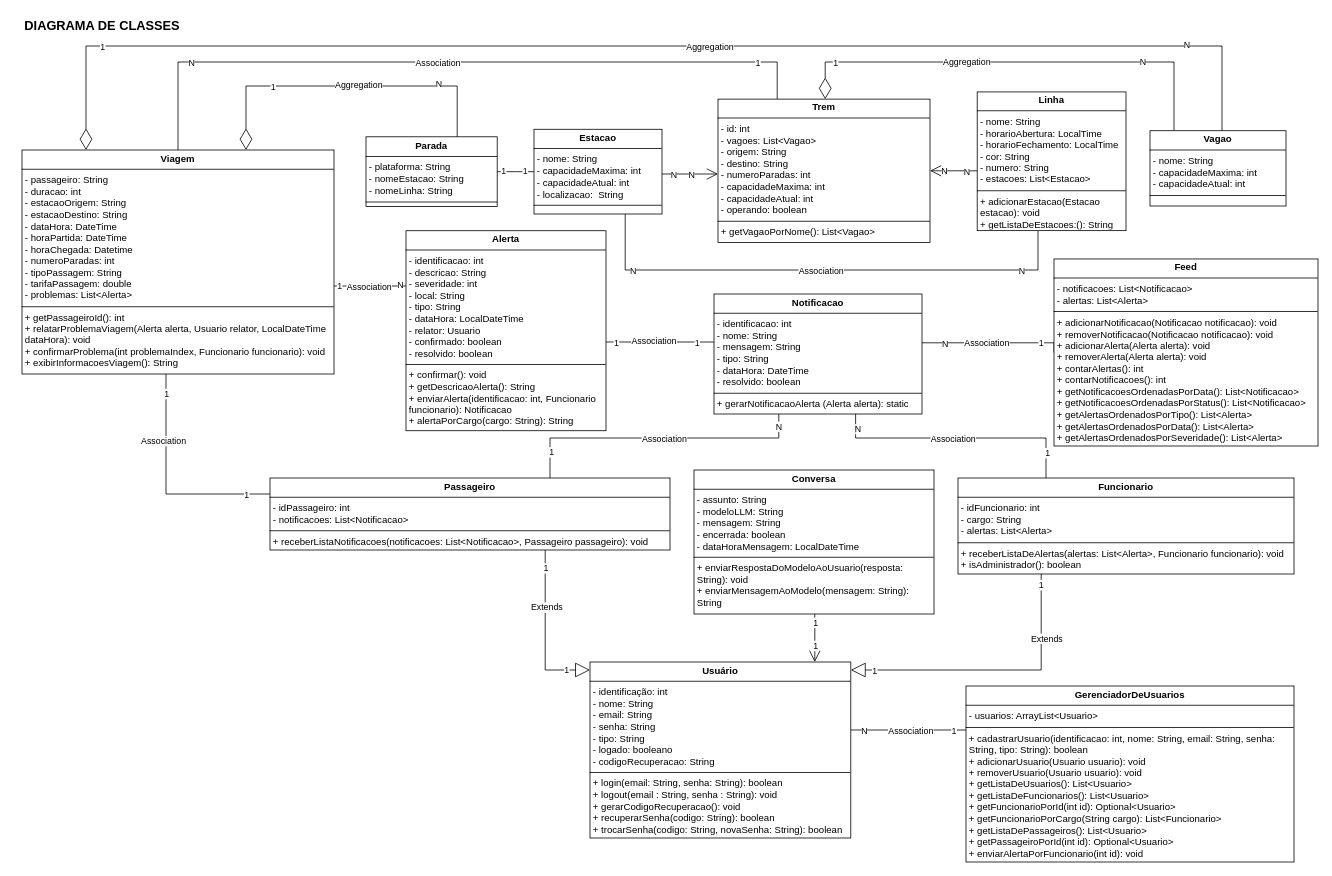
Acessi/Sprint-2-Java keeps this draw.io diagram as Sprint2.drawio. Above is the earlier version. Source tidied: cells renumbered, new cells numbered last; positions are measured from the earlier drawing's top-left corner, leaving out a move shared by most shapes. Both pictures are drawn from the tidied source at 80%, with x=0, y=0 at pixel (14, 14).
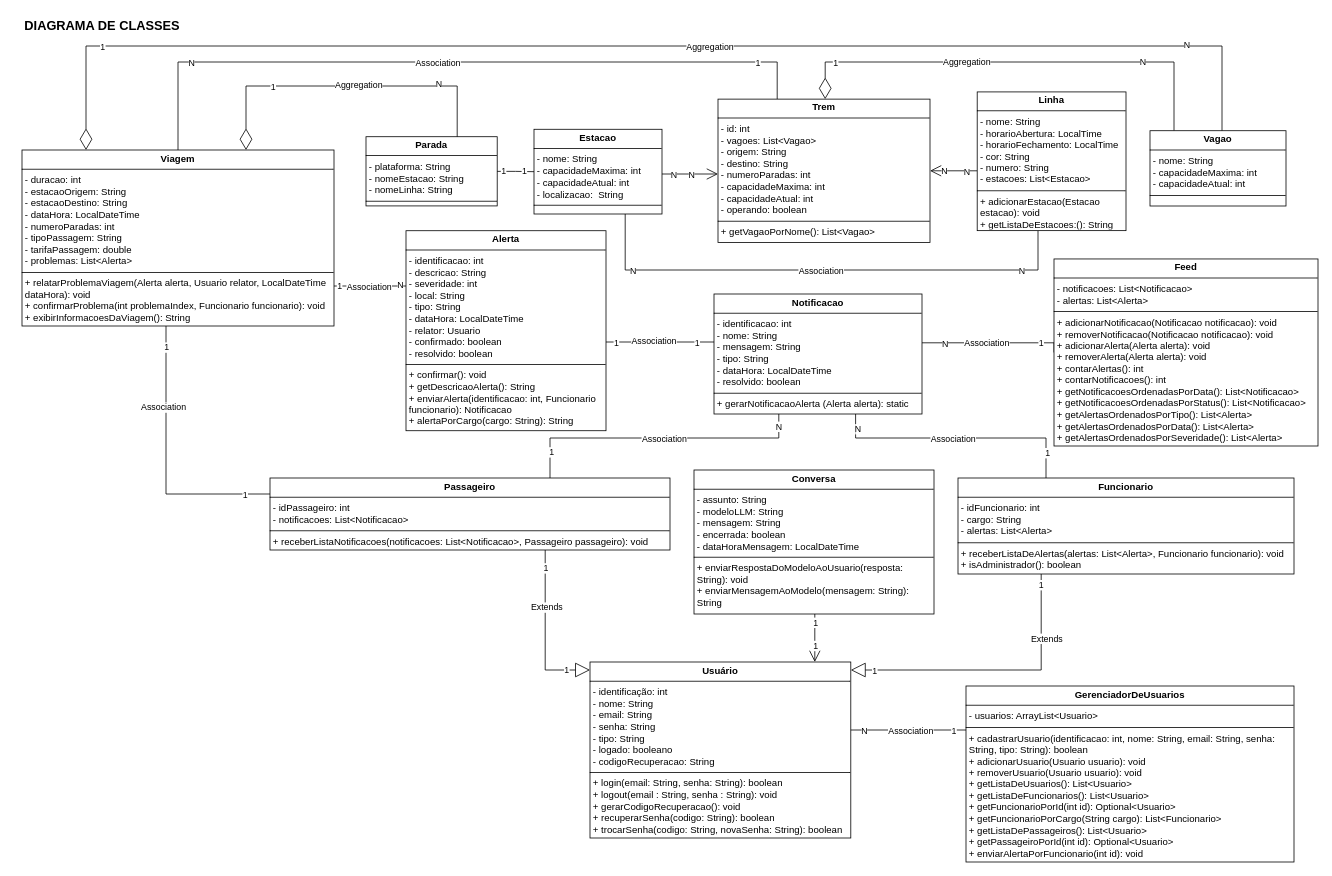
After the change.

Diff of the diagram source:
```diff
@@
-    <mxCell id="31" value="&lt;p style=&quot;margin:0px;margin-top:4px;text-align:center;&quot;&gt;&lt;b&gt;Notificacao&lt;/b&gt;&lt;/p&gt;&lt;hr size=&quot;1&quot; style=&quot;border-style:solid;&quot;&gt;&lt;p style=&quot;margin:0px;margin-left:4px;&quot;&gt;- identificacao: int&lt;/p&gt;&lt;p style=&quot;margin:0px;margin-left:4px;&quot;&gt;- nome: String&lt;/p&gt;&lt;p style=&quot;margin:0px;margin-left:4px;&quot;&gt;- mensagem: String&lt;/p&gt;&lt;p style=&quot;margin:0px;margin-left:4px;&quot;&gt;- tipo: String&lt;/p&gt;&lt;p style=&quot;margin:0px;margin-left:4px;&quot;&gt;- dataHora: DateTime&lt;/p&gt;&lt;p style=&quot;margin:0px;margin-left:4px;&quot;&gt;- resolvido: boolean&lt;/p&gt;&lt;hr size=&quot;1&quot; style=&quot;border-style:solid;&quot;&gt;&lt;p style=&quot;margin:0px;margin-left:4px;&quot;&gt;+ gerarNotificacaoAlerta (Alerta alerta): static&lt;/p&gt;&lt;p style=&quot;margin:0px;margin-left:4px;&quot;&gt;&lt;br&gt;&lt;/p&gt;" style="verticalAlign=top;align=left;overflow=fill;html=1;whiteSpace=wrap;" parent="1" vertex="1">
+    <mxCell id="31" value="&lt;p style=&quot;margin:0px;margin-top:4px;text-align:center;&quot;&gt;&lt;b&gt;Notificacao&lt;/b&gt;&lt;/p&gt;&lt;hr size=&quot;1&quot; style=&quot;border-style:solid;&quot;&gt;&lt;p style=&quot;margin:0px;margin-left:4px;&quot;&gt;- identificacao: int&lt;/p&gt;&lt;p style=&quot;margin:0px;margin-left:4px;&quot;&gt;- nome: String&lt;/p&gt;&lt;p style=&quot;margin:0px;margin-left:4px;&quot;&gt;- mensagem: String&lt;/p&gt;&lt;p style=&quot;margin:0px;margin-left:4px;&quot;&gt;- tipo: String&lt;/p&gt;&lt;p style=&quot;margin:0px;margin-left:4px;&quot;&gt;- dataHora: LocalDateTime&lt;/p&gt;&lt;p style=&quot;margin:0px;margin-left:4px;&quot;&gt;- resolvido: boolean&lt;/p&gt;&lt;hr size=&quot;1&quot; style=&quot;border-style:solid;&quot;&gt;&lt;p style=&quot;margin:0px;margin-left:4px;&quot;&gt;+ gerarNotificacaoAlerta (Alerta alerta): static&lt;/p&gt;&lt;p style=&quot;margin:0px;margin-left:4px;&quot;&gt;&lt;br&gt;&lt;/p&gt;" style="verticalAlign=top;align=left;overflow=fill;html=1;whiteSpace=wrap;" parent="1" vertex="1">
       <mxGeometry x="875" y="350" width="260" height="150" as="geometry" />
     </mxCell>
@@
     <mxCell id="63" value="&lt;p style=&quot;margin:0px;margin-top:4px;text-align:center;&quot;&gt;&lt;b&gt;Parada&lt;/b&gt;&lt;/p&gt;&lt;hr size=&quot;1&quot; style=&quot;border-style:solid;&quot;&gt;&lt;p style=&quot;margin:0px;margin-left:4px;&quot;&gt;- plataforma: String&lt;/p&gt;&lt;p style=&quot;margin:0px;margin-left:4px;&quot;&gt;- nomeEstacao: String&lt;/p&gt;&lt;p style=&quot;margin:0px;margin-left:4px;&quot;&gt;- nomeLinha: String&lt;/p&gt;&lt;hr size=&quot;1&quot; style=&quot;border-style:solid;&quot;&gt;&lt;p style=&quot;margin:0px;margin-left:4px;&quot;&gt;&lt;br&gt;&lt;/p&gt;" style="verticalAlign=top;align=left;overflow=fill;html=1;whiteSpace=wrap;" parent="1" vertex="1">
-      <mxGeometry x="440" y="153.5" width="164" height="87.2" as="geometry" />
+      <mxGeometry x="440" y="153.4" width="164" height="86.5" as="geometry" />
     </mxCell>
@@
-    <mxCell id="76" value="&lt;p style=&quot;margin:0px;margin-top:4px;text-align:center;&quot;&gt;&lt;b&gt;Viagem&lt;/b&gt;&lt;/p&gt;&lt;hr size=&quot;1&quot; style=&quot;border-style:solid;&quot;&gt;&lt;p style=&quot;margin:0px;margin-left:4px;&quot;&gt;- passageiro: String&lt;/p&gt;&lt;p style=&quot;margin:0px;margin-left:4px;&quot;&gt;- duracao: int&lt;/p&gt;&lt;p style=&quot;margin:0px;margin-left:4px;&quot;&gt;- estacaoOrigem: String&lt;/p&gt;&lt;p style=&quot;margin:0px;margin-left:4px;&quot;&gt;- estacaoDestino: String&lt;/p&gt;&lt;p style=&quot;margin:0px;margin-left:4px;&quot;&gt;- dataHora: DateTime&lt;/p&gt;&lt;p style=&quot;margin:0px;margin-left:4px;&quot;&gt;- horaPartida: DateTime&lt;/p&gt;&lt;p style=&quot;margin:0px;margin-left:4px;&quot;&gt;- horaChegada: Datetime&lt;/p&gt;&lt;p style=&quot;margin:0px;margin-left:4px;&quot;&gt;- numeroParadas: int&lt;/p&gt;&lt;p style=&quot;margin:0px;margin-left:4px;&quot;&gt;- tipoPassagem: String&lt;/p&gt;&lt;p style=&quot;margin:0px;margin-left:4px;&quot;&gt;- tarifaPassagem: double&lt;br&gt;&lt;/p&gt;&lt;p style=&quot;margin:0px;margin-left:4px;&quot;&gt;- problemas: List&amp;lt;Alerta&amp;gt;&lt;/p&gt;&lt;hr size=&quot;1&quot; style=&quot;border-style:solid;&quot;&gt;&lt;p style=&quot;margin:0px;margin-left:4px;&quot;&gt;+ getPassageiroId(): int&lt;br&gt;&lt;/p&gt;&lt;p style=&quot;margin:0px;margin-left:4px;&quot;&gt;+ relatarProblemaViagem(Alerta alerta, Usuario relator, LocalDateTime dataHora)&lt;span style=&quot;background-color: initial;&quot;&gt;: void&lt;/span&gt;&lt;/p&gt;&lt;p style=&quot;margin:0px;margin-left:4px;&quot;&gt;&lt;span style=&quot;background-color: initial;&quot;&gt;+ confirmarProblema(&lt;/span&gt;int problemaIndex, Funcionario funcionario&lt;span style=&quot;background-color: initial;&quot;&gt;): void&lt;/span&gt;&lt;/p&gt;&lt;p style=&quot;margin:0px;margin-left:4px;&quot;&gt;+ exibirInformacoesViagem(): String&lt;/p&gt;" style="verticalAlign=top;align=left;overflow=fill;html=1;whiteSpace=wrap;" parent="1" vertex="1">
-      <mxGeometry x="10" y="170" width="390" height="280" as="geometry" />
+    <mxCell id="76" value="&lt;p style=&quot;margin:0px;margin-top:4px;text-align:center;&quot;&gt;&lt;b&gt;Viagem&lt;/b&gt;&lt;/p&gt;&lt;hr size=&quot;1&quot; style=&quot;border-style:solid;&quot;&gt;&lt;p style=&quot;margin:0px;margin-left:4px;&quot;&gt;&lt;span style=&quot;background-color: initial;&quot;&gt;- duracao: int&lt;/span&gt;&lt;/p&gt;&lt;p style=&quot;margin:0px;margin-left:4px;&quot;&gt;- estacaoOrigem: String&lt;/p&gt;&lt;p style=&quot;margin:0px;margin-left:4px;&quot;&gt;- estacaoDestino: String&lt;/p&gt;&lt;p style=&quot;margin:0px;margin-left:4px;&quot;&gt;- dataHora: LocalDateTime&lt;/p&gt;&lt;p style=&quot;margin:0px;margin-left:4px;&quot;&gt;- numeroParadas: int&lt;/p&gt;&lt;p style=&quot;margin:0px;margin-left:4px;&quot;&gt;- tipoPassagem: String&lt;/p&gt;&lt;p style=&quot;margin:0px;margin-left:4px;&quot;&gt;- tarifaPassagem: double&lt;br&gt;&lt;/p&gt;&lt;p style=&quot;margin:0px;margin-left:4px;&quot;&gt;- problemas: List&amp;lt;Alerta&amp;gt;&lt;/p&gt;&lt;hr size=&quot;1&quot; style=&quot;border-style:solid;&quot;&gt;&lt;p style=&quot;margin:0px;margin-left:4px;&quot;&gt;&lt;span style=&quot;background-color: initial;&quot;&gt;+ relatarProblemaViagem(Alerta alerta, Usuario relator, LocalDateTime dataHora)&lt;/span&gt;&lt;span style=&quot;background-color: initial;&quot;&gt;: void&lt;/span&gt;&lt;/p&gt;&lt;p style=&quot;margin:0px;margin-left:4px;&quot;&gt;&lt;span style=&quot;background-color: initial;&quot;&gt;+ confirmarProblema(&lt;/span&gt;int problemaIndex, Funcionario funcionario&lt;span style=&quot;background-color: initial;&quot;&gt;): void&lt;/span&gt;&lt;/p&gt;&lt;p style=&quot;margin:0px;margin-left:4px;&quot;&gt;+ exibirInformacoesDaViagem(): String&lt;/p&gt;" style="verticalAlign=top;align=left;overflow=fill;html=1;whiteSpace=wrap;" parent="1" vertex="1">
+      <mxGeometry x="10" y="170" width="390" height="220" as="geometry" />
     </mxCell>
```
